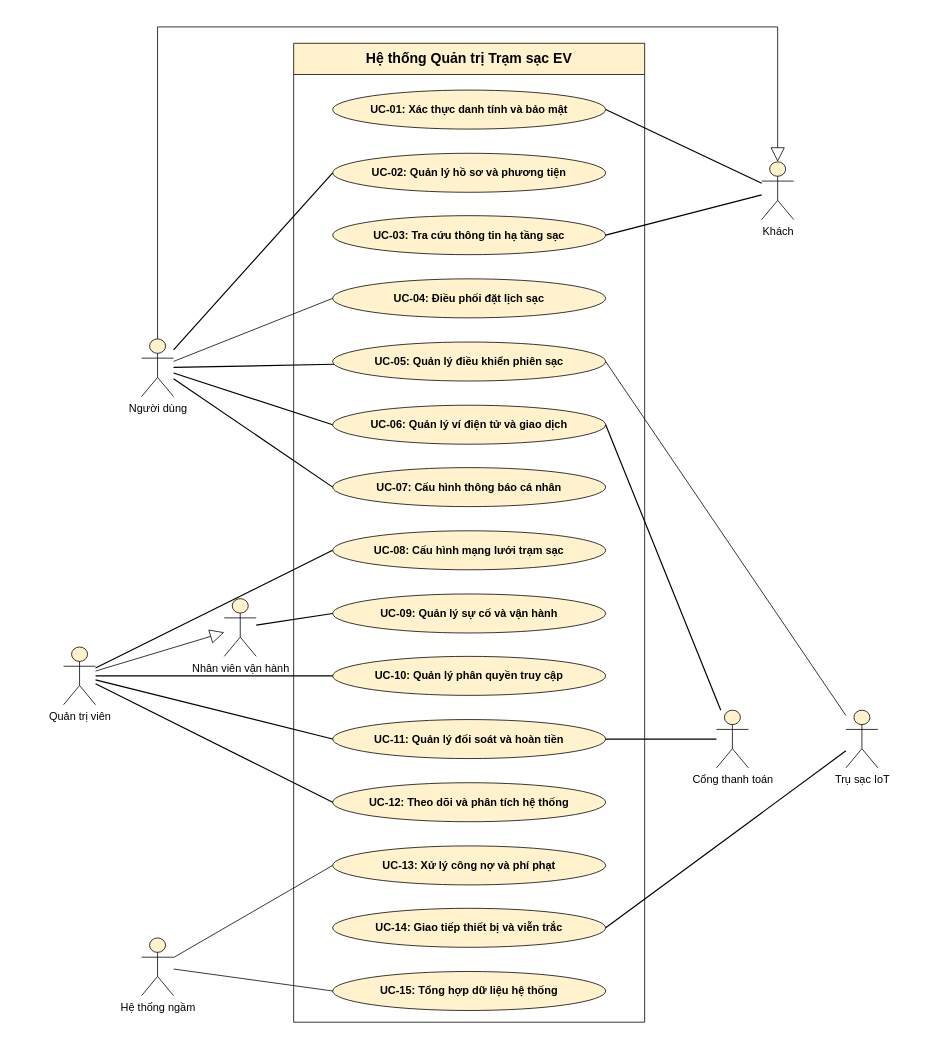
Before: docs/thesis/uml_diagrams/usecase/System_Overview_UseCase.drawio in Victor-201/ev-charging-orchestration-platform, a draw.io diagram. Source tidied: cells renumbered, new cells numbered last; positions are measured from the earlier drawing's top-left corner, leaving out a move shared by most shapes. Both pictures are drawn from the tidied source at 78%, with x=0, y=0 at pixel (63, 27).
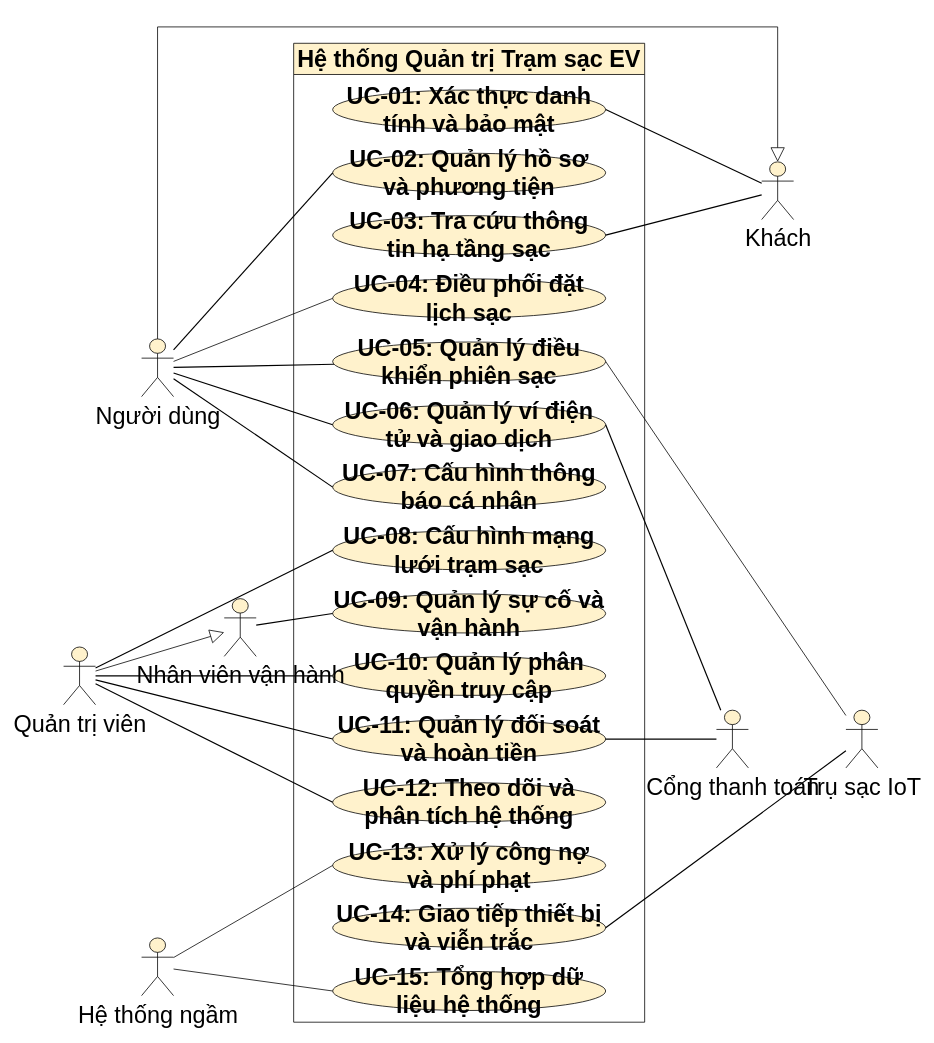
The same diagram, later.

What changed in the source:
```diff
@@
-    <mxCell id="2" value="Hệ thống Quản trị Trạm sạc EV" style="swimlane;whiteSpace=wrap;html=1;startSize=40;fontSize=18;fontStyle=1;fillColor=#fff2cc;strokeColor=light-dark(#000000, #6d5100);" parent="1" vertex="1">
+    <mxCell id="2" value="Hệ thống Quản trị Trạm sạc EV" style="swimlane;whiteSpace=wrap;html=1;startSize=40;fontSize=30;fontStyle=1;fillColor=#fff2cc;strokeColor=light-dark(#000000, #6d5100);" parent="1" vertex="1">
       <mxGeometry x="295" y="21" width="450" height="1255" as="geometry" />
     </mxCell>
-    <mxCell id="3" value="UC-01: Xác thực danh tính và bảo mật" style="ellipse;whiteSpace=wrap;html=1;fontSize=14;fillColor=#fff2cc;strokeColor=light-dark(#000000, #6d5100);fontStyle=1;flipV=1;legacyAnchorPoints=0;" parent="2" vertex="1">
+    <mxCell id="3" value="UC-01: Xác thực danh tính và bảo mật" style="ellipse;whiteSpace=wrap;html=1;fontSize=30;fillColor=#fff2cc;strokeColor=light-dark(#000000, #6d5100);fontStyle=1;flipV=1;legacyAnchorPoints=0;" parent="2" vertex="1">
       <mxGeometry x="50" y="60" width="350" height="50" as="geometry" />
     </mxCell>
-    <mxCell id="4" value="UC-02: Quản lý hồ sơ và phương tiện" style="ellipse;whiteSpace=wrap;html=1;fontSize=14;fillColor=#fff2cc;strokeColor=light-dark(#000000, #6d5100);fontStyle=1;flipV=1;legacyAnchorPoints=0;" parent="2" vertex="1">
+    <mxCell id="4" value="UC-02: Quản lý hồ sơ và phương tiện" style="ellipse;whiteSpace=wrap;html=1;fontSize=30;fillColor=#fff2cc;strokeColor=light-dark(#000000, #6d5100);fontStyle=1;flipV=1;legacyAnchorPoints=0;" parent="2" vertex="1">
       <mxGeometry x="50" y="141" width="350" height="50" as="geometry" />
     </mxCell>
-    <mxCell id="5" value="UC-03: Tra cứu thông tin hạ tầng sạc" style="ellipse;whiteSpace=wrap;html=1;fontSize=14;fillColor=#fff2cc;strokeColor=light-dark(#000000, #6d5100);fontStyle=1;flipV=1;legacyAnchorPoints=0;" parent="2" vertex="1">
+    <mxCell id="5" value="UC-03: Tra cứu thông tin hạ tầng sạc" style="ellipse;whiteSpace=wrap;html=1;fontSize=30;fillColor=#fff2cc;strokeColor=light-dark(#000000, #6d5100);fontStyle=1;flipV=1;legacyAnchorPoints=0;" parent="2" vertex="1">
       <mxGeometry x="50" y="221" width="350" height="50" as="geometry" />
     </mxCell>
-    <mxCell id="6" value="UC-04: Điều phối đặt lịch sạc" style="ellipse;whiteSpace=wrap;html=1;fontSize=14;fillColor=#fff2cc;strokeColor=light-dark(#000000, #6d5100);fontStyle=1;flipV=1;legacyAnchorPoints=0;" parent="2" vertex="1">
+    <mxCell id="6" value="UC-04: Điều phối đặt lịch sạc" style="ellipse;whiteSpace=wrap;html=1;fontSize=30;fillColor=#fff2cc;strokeColor=light-dark(#000000, #6d5100);fontStyle=1;flipV=1;legacyAnchorPoints=0;" parent="2" vertex="1">
       <mxGeometry x="50" y="302" width="350" height="50" as="geometry" />
     </mxCell>
-    <mxCell id="7" value="UC-05: Quản lý điều khiển phiên sạc" style="ellipse;whiteSpace=wrap;html=1;fontSize=14;fillColor=#fff2cc;strokeColor=light-dark(#000000, #6d5100);fontStyle=1;flipV=1;legacyAnchorPoints=0;" parent="2" vertex="1">
+    <mxCell id="7" value="UC-05: Quản lý điều khiển phiên sạc" style="ellipse;whiteSpace=wrap;html=1;fontSize=30;fillColor=#fff2cc;strokeColor=light-dark(#000000, #6d5100);fontStyle=1;flipV=1;legacyAnchorPoints=0;" parent="2" vertex="1">
       <mxGeometry x="50" y="383" width="350" height="50" as="geometry" />
     </mxCell>
-    <mxCell id="8" value="UC-06: Quản lý ví điện tử và giao dịch" style="ellipse;whiteSpace=wrap;html=1;fontSize=14;fillColor=#fff2cc;strokeColor=light-dark(#000000, #6d5100);fontStyle=1;flipV=1;legacyAnchorPoints=0;" parent="2" vertex="1">
+    <mxCell id="8" value="UC-06: Quản lý ví điện tử và giao dịch" style="ellipse;whiteSpace=wrap;html=1;fontSize=30;fillColor=#fff2cc;strokeColor=light-dark(#000000, #6d5100);fontStyle=1;flipV=1;legacyAnchorPoints=0;" parent="2" vertex="1">
       <mxGeometry x="50" y="464" width="350" height="50" as="geometry" />
     </mxCell>
-    <mxCell id="9" value="UC-07: Cấu hình thông báo cá nhân" style="ellipse;whiteSpace=wrap;html=1;fontSize=14;fillColor=#fff2cc;strokeColor=light-dark(#000000, #6d5100);fontStyle=1;flipV=1;legacyAnchorPoints=0;" parent="2" vertex="1">
+    <mxCell id="9" value="UC-07: Cấu hình thông báo cá nhân" style="ellipse;whiteSpace=wrap;html=1;fontSize=30;fillColor=#fff2cc;strokeColor=light-dark(#000000, #6d5100);fontStyle=1;flipV=1;legacyAnchorPoints=0;" parent="2" vertex="1">
       <mxGeometry x="50" y="544" width="350" height="50" as="geometry" />
     </mxCell>
-    <mxCell id="10" value="UC-08: Cấu hình mạng lưới trạm sạc" style="ellipse;whiteSpace=wrap;html=1;fontSize=14;fillColor=#fff2cc;strokeColor=light-dark(#000000, #6d5100);fontStyle=1;flipV=1;legacyAnchorPoints=0;" parent="2" vertex="1">
+    <mxCell id="10" value="UC-08: Cấu hình mạng lưới trạm sạc" style="ellipse;whiteSpace=wrap;html=1;fontSize=30;fillColor=#fff2cc;strokeColor=light-dark(#000000, #6d5100);fontStyle=1;flipV=1;legacyAnchorPoints=0;" parent="2" vertex="1">
       <mxGeometry x="50" y="625" width="350" height="50" as="geometry" />
     </mxCell>
-    <mxCell id="11" value="UC-09: Quản lý sự cố và vận hành" style="ellipse;whiteSpace=wrap;html=1;fontSize=14;fillColor=#fff2cc;strokeColor=light-dark(#000000, #6d5100);fontStyle=1;flipV=1;legacyAnchorPoints=0;" parent="2" vertex="1">
+    <mxCell id="11" value="UC-09: Quản lý sự cố và vận hành" style="ellipse;whiteSpace=wrap;html=1;fontSize=30;fillColor=#fff2cc;strokeColor=light-dark(#000000, #6d5100);fontStyle=1;flipV=1;legacyAnchorPoints=0;" parent="2" vertex="1">
       <mxGeometry x="50" y="706" width="350" height="50" as="geometry" />
     </mxCell>
-    <mxCell id="12" value="UC-10: Quản lý phân quyền truy cập" style="ellipse;whiteSpace=wrap;html=1;fontSize=14;fillColor=#fff2cc;strokeColor=light-dark(#000000, #6d5100);fontStyle=1;flipV=1;legacyAnchorPoints=0;" parent="2" vertex="1">
+    <mxCell id="12" value="UC-10: Quản lý phân quyền truy cập" style="ellipse;whiteSpace=wrap;html=1;fontSize=30;fillColor=#fff2cc;strokeColor=light-dark(#000000, #6d5100);fontStyle=1;flipV=1;legacyAnchorPoints=0;" parent="2" vertex="1">
       <mxGeometry x="50" y="786" width="350" height="50" as="geometry" />
     </mxCell>
-    <mxCell id="13" value="UC-11: Quản lý đối soát và hoàn tiền" style="ellipse;whiteSpace=wrap;html=1;fontSize=14;fillColor=#fff2cc;strokeColor=light-dark(#000000, #6d5100);fontStyle=1;flipV=1;legacyAnchorPoints=0;" parent="2" vertex="1">
+    <mxCell id="13" value="UC-11: Quản lý đối soát và hoàn tiền" style="ellipse;whiteSpace=wrap;html=1;fontSize=30;fillColor=#fff2cc;strokeColor=light-dark(#000000, #6d5100);fontStyle=1;flipV=1;legacyAnchorPoints=0;" parent="2" vertex="1">
       <mxGeometry x="50" y="867" width="350" height="50" as="geometry" />
     </mxCell>
-    <mxCell id="14" value="UC-12: Theo dõi và phân tích hệ thống" style="ellipse;whiteSpace=wrap;html=1;fontSize=14;fillColor=#fff2cc;strokeColor=light-dark(#000000, #6d5100);fontStyle=1;flipV=1;legacyAnchorPoints=0;" parent="2" vertex="1">
+    <mxCell id="14" value="UC-12: Theo dõi và phân tích hệ thống" style="ellipse;whiteSpace=wrap;html=1;fontSize=30;fillColor=#fff2cc;strokeColor=light-dark(#000000, #6d5100);fontStyle=1;flipV=1;legacyAnchorPoints=0;" parent="2" vertex="1">
       <mxGeometry x="50" y="948" width="350" height="50" as="geometry" />
     </mxCell>
-    <mxCell id="15" value="UC-13: Xử lý công nợ và phí phạt" style="ellipse;whiteSpace=wrap;html=1;fontSize=14;fillColor=#fff2cc;strokeColor=light-dark(#000000, #6d5100);fontStyle=1;flipV=1;legacyAnchorPoints=0;" parent="2" vertex="1">
+    <mxCell id="15" value="UC-13: Xử lý công nợ và phí phạt" style="ellipse;whiteSpace=wrap;html=1;fontSize=30;fillColor=#fff2cc;strokeColor=light-dark(#000000, #6d5100);fontStyle=1;flipV=1;legacyAnchorPoints=0;" parent="2" vertex="1">
       <mxGeometry x="50" y="1029" width="350" height="50" as="geometry" />
     </mxCell>
-    <mxCell id="16" value="UC-14: Giao tiếp thiết bị và viễn trắc" style="ellipse;whiteSpace=wrap;html=1;fontSize=14;fillColor=#fff2cc;strokeColor=light-dark(#000000, #6d5100);fontStyle=1;flipV=1;legacyAnchorPoints=0;" parent="2" vertex="1">
+    <mxCell id="16" value="UC-14: Giao tiếp thiết bị và viễn trắc" style="ellipse;whiteSpace=wrap;html=1;fontSize=30;fillColor=#fff2cc;strokeColor=light-dark(#000000, #6d5100);fontStyle=1;flipV=1;legacyAnchorPoints=0;" parent="2" vertex="1">
       <mxGeometry x="50" y="1109" width="350" height="50" as="geometry" />
     </mxCell>
-    <mxCell id="17" value="UC-15: Tổng hợp dữ liệu hệ thống" style="ellipse;whiteSpace=wrap;html=1;fontSize=14;fillColor=#fff2cc;strokeColor=light-dark(#000000, #6d5100);fontStyle=1;flipV=1;legacyAnchorPoints=0;" parent="2" vertex="1">
+    <mxCell id="17" value="UC-15: Tổng hợp dữ liệu hệ thống" style="ellipse;whiteSpace=wrap;html=1;fontSize=30;fillColor=#fff2cc;strokeColor=light-dark(#000000, #6d5100);fontStyle=1;flipV=1;legacyAnchorPoints=0;" parent="2" vertex="1">
       <mxGeometry x="50" y="1190" width="350" height="50" as="geometry" />
     </mxCell>
-    <mxCell id="18" value="Khách" style="shape=umlActor;verticalLabelPosition=bottom;verticalAlign=top;html=1;outlineConnect=0;fontSize=14;fillColor=#fff2cc;strokeColor=light-dark(#000000, #6d5100);" parent="1" vertex="1">
+    <mxCell id="18" value="Khách" style="shape=umlActor;verticalLabelPosition=bottom;verticalAlign=top;html=1;outlineConnect=0;fontSize=30;fillColor=#fff2cc;strokeColor=light-dark(#000000, #6d5100);" parent="1" vertex="1">
       <mxGeometry x="895" y="173" width="41" height="74" as="geometry" />
     </mxCell>
-    <mxCell id="19" value="Người dùng" style="shape=umlActor;verticalLabelPosition=bottom;verticalAlign=top;html=1;outlineConnect=0;fontSize=14;fillColor=#fff2cc;strokeColor=light-dark(#000000, #6d5100);" parent="1" vertex="1">
+    <mxCell id="19" value="Người dùng" style="shape=umlActor;verticalLabelPosition=bottom;verticalAlign=top;html=1;outlineConnect=0;fontSize=30;fillColor=#fff2cc;strokeColor=light-dark(#000000, #6d5100);" parent="1" vertex="1">
       <mxGeometry x="100" y="400" width="41" height="74" as="geometry" />
     </mxCell>
-    <mxCell id="20" value="Nhân viên vận hành" style="shape=umlActor;verticalLabelPosition=bottom;verticalAlign=top;html=1;outlineConnect=0;fontSize=14;fillColor=#fff2cc;strokeColor=light-dark(#000000, #6d5100);" parent="1" vertex="1">
+    <mxCell id="20" value="Nhân viên vận hành" style="shape=umlActor;verticalLabelPosition=bottom;verticalAlign=top;html=1;outlineConnect=0;fontSize=30;fillColor=#fff2cc;strokeColor=light-dark(#000000, #6d5100);" parent="1" vertex="1">
       <mxGeometry x="206" y="733" width="41" height="74" as="geometry" />
     </mxCell>
-    <mxCell id="21" value="Quản trị viên" style="shape=umlActor;verticalLabelPosition=bottom;verticalAlign=top;html=1;outlineConnect=0;fontSize=14;fillColor=#fff2cc;strokeColor=light-dark(#000000, #6d5100);" parent="1" vertex="1">
+    <mxCell id="21" value="Quản trị viên" style="shape=umlActor;verticalLabelPosition=bottom;verticalAlign=top;html=1;outlineConnect=0;fontSize=30;fillColor=#fff2cc;strokeColor=light-dark(#000000, #6d5100);" parent="1" vertex="1">
       <mxGeometry y="795" width="41" height="74" as="geometry" />
     </mxCell>
-    <mxCell id="22" value="Trụ sạc IoT" style="shape=umlActor;verticalLabelPosition=bottom;verticalAlign=top;html=1;outlineConnect=0;fontSize=14;fillColor=#fff2cc;strokeColor=light-dark(#000000, #6d5100);" parent="1" vertex="1">
+    <mxCell id="22" value="Trụ sạc IoT" style="shape=umlActor;verticalLabelPosition=bottom;verticalAlign=top;html=1;outlineConnect=0;fontSize=30;fillColor=#fff2cc;strokeColor=light-dark(#000000, #6d5100);" parent="1" vertex="1">
       <mxGeometry x="1003" y="876" width="41" height="74" as="geometry" />
     </mxCell>
-    <mxCell id="23" value="Hệ thống ngầm" style="shape=umlActor;verticalLabelPosition=bottom;verticalAlign=top;html=1;outlineConnect=0;fontSize=14;fillColor=#fff2cc;strokeColor=light-dark(#000000, #6d5100);" parent="1" vertex="1">
+    <mxCell id="23" value="Hệ thống ngầm" style="shape=umlActor;verticalLabelPosition=bottom;verticalAlign=top;html=1;outlineConnect=0;fontSize=30;fillColor=#fff2cc;strokeColor=light-dark(#000000, #6d5100);" parent="1" vertex="1">
       <mxGeometry x="100" y="1168" width="41" height="74" as="geometry" />
     </mxCell>
-    <mxCell id="24" value="Cổng thanh toán" style="shape=umlActor;verticalLabelPosition=bottom;verticalAlign=top;html=1;outlineConnect=0;fontSize=14;fillColor=#fff2cc;strokeColor=light-dark(#000000, #6d5100);" parent="1" vertex="1">
+    <mxCell id="24" value="Cổng thanh toán" style="shape=umlActor;verticalLabelPosition=bottom;verticalAlign=top;html=1;outlineConnect=0;fontSize=30;fillColor=#fff2cc;strokeColor=light-dark(#000000, #6d5100);" parent="1" vertex="1">
       <mxGeometry x="837" y="876" width="41" height="74" as="geometry" />
     </mxCell>
-    <mxCell id="25" style="endArrow=block;endSize=16;endFill=0;html=1;rounded=0;strokeWidth=1;exitX=0.5;exitY=0;exitDx=0;exitDy=0;exitPerimeter=0;strokeColor=light-dark(#000000, #6a6a6a);edgeStyle=orthogonalEdgeStyle;entryX=0.5;entryY=0;entryDx=0;entryDy=0;entryPerimeter=0;" parent="1" edge="1" source="19" target="18">
+    <mxCell id="25" style="endArrow=block;endSize=16;endFill=0;html=1;rounded=0;strokeWidth=1;exitX=0.5;exitY=0;exitDx=0;exitDy=0;exitPerimeter=0;strokeColor=light-dark(#000000, #6a6a6a);edgeStyle=orthogonalEdgeStyle;entryX=0.5;entryY=0;entryDx=0;entryDy=0;entryPerimeter=0;fontSize=14;" parent="1" edge="1" source="19" target="18">
       <mxGeometry relative="1" as="geometry">
         <Array as="points">
           <mxPoint x="121" />
           <mxPoint x="916" />
         </Array>
       </mxGeometry>
     </mxCell>
-    <mxCell id="26" style="endArrow=block;endSize=16;endFill=0;html=1;rounded=0;strokeWidth=1;strokeColor=light-dark(#000000, #6a6a6a);" parent="1" edge="1" source="21" target="20">
+    <mxCell id="26" style="endArrow=block;endSize=16;endFill=0;html=1;rounded=0;strokeWidth=1;strokeColor=light-dark(#000000, #6a6a6a);fontSize=14;" parent="1" edge="1" source="21" target="20">
       <mxGeometry relative="1" as="geometry" />
     </mxCell>
-    <mxCell id="27" style="endArrow=none;html=1;rounded=0;strokeWidth=1.5;strokeColor=light-dark(#000000, #6a6a6a);entryX=1;entryY=0.5;entryDx=0;entryDy=0;" parent="1" edge="1" source="18" target="3">
+    <mxCell id="27" style="endArrow=none;html=1;rounded=0;strokeWidth=1.5;strokeColor=light-dark(#000000, #6a6a6a);entryX=1;entryY=0.5;entryDx=0;entryDy=0;fontSize=14;" parent="1" edge="1" source="18" target="3">
       <mxGeometry relative="1" as="geometry" />
     </mxCell>
-    <mxCell id="28" style="endArrow=none;html=1;rounded=0;strokeWidth=1.5;strokeColor=light-dark(#000000, #6a6a6a);entryX=1;entryY=0.5;entryDx=0;entryDy=0;" parent="1" edge="1" source="18" target="5">
+    <mxCell id="28" style="endArrow=none;html=1;rounded=0;strokeWidth=1.5;strokeColor=light-dark(#000000, #6a6a6a);entryX=1;entryY=0.5;entryDx=0;entryDy=0;fontSize=14;" parent="1" edge="1" source="18" target="5">
       <mxGeometry relative="1" as="geometry" />
     </mxCell>
-    <mxCell id="29" style="endArrow=none;html=1;rounded=0;strokeWidth=1.5;strokeColor=light-dark(#000000, #6a6a6a);entryX=0;entryY=0.5;entryDx=0;entryDy=0;" parent="1" edge="1" source="19" target="4">
+    <mxCell id="29" style="endArrow=none;html=1;rounded=0;strokeWidth=1.5;strokeColor=light-dark(#000000, #6a6a6a);entryX=0;entryY=0.5;entryDx=0;entryDy=0;fontSize=14;" parent="1" edge="1" source="19" target="4">
       <mxGeometry relative="1" as="geometry" />
     </mxCell>
-    <mxCell id="30" style="endArrow=none;html=1;rounded=0;strokeWidth=1.5;strokeColor=light-dark(#000000, #6a6a6a);" parent="1" edge="1" source="19" target="7">
+    <mxCell id="30" style="endArrow=none;html=1;rounded=0;strokeWidth=1.5;strokeColor=light-dark(#000000, #6a6a6a);fontSize=14;" parent="1" edge="1" source="19" target="7">
       <mxGeometry relative="1" as="geometry" />
     </mxCell>
-    <mxCell id="31" style="endArrow=none;html=1;rounded=0;strokeWidth=1.5;strokeColor=light-dark(#000000, #6a6a6a);entryX=0;entryY=0.5;entryDx=0;entryDy=0;" parent="1" edge="1" source="19" target="8">
+    <mxCell id="31" style="endArrow=none;html=1;rounded=0;strokeWidth=1.5;strokeColor=light-dark(#000000, #6a6a6a);entryX=0;entryY=0.5;entryDx=0;entryDy=0;fontSize=14;" parent="1" edge="1" source="19" target="8">
       <mxGeometry relative="1" as="geometry" />
     </mxCell>
-    <mxCell id="32" style="endArrow=none;html=1;rounded=0;strokeWidth=1.5;strokeColor=light-dark(#000000, #6a6a6a);entryX=0;entryY=0.5;entryDx=0;entryDy=0;" parent="1" edge="1" source="19" target="9">
+    <mxCell id="32" style="endArrow=none;html=1;rounded=0;strokeWidth=1.5;strokeColor=light-dark(#000000, #6a6a6a);entryX=0;entryY=0.5;entryDx=0;entryDy=0;fontSize=14;" parent="1" edge="1" source="19" target="9">
       <mxGeometry relative="1" as="geometry" />
     </mxCell>
-    <mxCell id="33" style="endArrow=none;html=1;rounded=0;strokeWidth=1.5;strokeColor=light-dark(#000000, #6d5100);entryX=0;entryY=0.5;entryDx=0;entryDy=0;" parent="1" edge="1" source="20" target="11">
+    <mxCell id="33" style="endArrow=none;html=1;rounded=0;strokeWidth=1.5;strokeColor=light-dark(#000000, #6d5100);entryX=0;entryY=0.5;entryDx=0;entryDy=0;fontSize=14;" parent="1" edge="1" source="20" target="11">
       <mxGeometry relative="1" as="geometry" />
     </mxCell>
-    <mxCell id="34" style="endArrow=none;html=1;rounded=0;strokeWidth=1.5;strokeColor=light-dark(#000000, #6a6a6a);entryX=0;entryY=0.5;entryDx=0;entryDy=0;" parent="1" edge="1" source="21" target="12">
+    <mxCell id="34" style="endArrow=none;html=1;rounded=0;strokeWidth=1.5;strokeColor=light-dark(#000000, #6a6a6a);entryX=0;entryY=0.5;entryDx=0;entryDy=0;fontSize=14;" parent="1" edge="1" source="21" target="12">
       <mxGeometry relative="1" as="geometry" />
     </mxCell>
-    <mxCell id="35" style="endArrow=none;html=1;rounded=0;strokeWidth=1.5;strokeColor=light-dark(#000000, #6a6a6a);entryX=0;entryY=0.5;entryDx=0;entryDy=0;" parent="1" edge="1" source="21" target="13">
+    <mxCell id="35" style="endArrow=none;html=1;rounded=0;strokeWidth=1.5;strokeColor=light-dark(#000000, #6a6a6a);entryX=0;entryY=0.5;entryDx=0;entryDy=0;fontSize=14;" parent="1" edge="1" source="21" target="13">
       <mxGeometry relative="1" as="geometry" />
     </mxCell>
-    <mxCell id="36" style="endArrow=none;html=1;rounded=0;strokeWidth=1.5;strokeColor=light-dark(#000000, #6a6a6a);entryX=0;entryY=0.5;entryDx=0;entryDy=0;" parent="1" edge="1" source="21" target="14">
+    <mxCell id="36" style="endArrow=none;html=1;rounded=0;strokeWidth=1.5;strokeColor=light-dark(#000000, #6a6a6a);entryX=0;entryY=0.5;entryDx=0;entryDy=0;fontSize=14;" parent="1" edge="1" source="21" target="14">
       <mxGeometry relative="1" as="geometry" />
     </mxCell>
-    <mxCell id="37" style="endArrow=none;html=1;rounded=0;strokeWidth=1.5;strokeColor=light-dark(#000000, #6a6a6a);entryX=0;entryY=0.5;entryDx=0;entryDy=0;" parent="1" edge="1" source="21" target="10">
+    <mxCell id="37" style="endArrow=none;html=1;rounded=0;strokeWidth=1.5;strokeColor=light-dark(#000000, #6a6a6a);entryX=0;entryY=0.5;entryDx=0;entryDy=0;fontSize=14;" parent="1" edge="1" source="21" target="10">
       <mxGeometry relative="1" as="geometry" />
     </mxCell>
-    <mxCell id="38" style="endArrow=none;html=1;rounded=0;strokeWidth=1.5;strokeColor=light-dark(#000000, #6a6a6a);entryX=1;entryY=0.5;entryDx=0;entryDy=0;" parent="1" edge="1" source="22" target="16">
+    <mxCell id="38" style="endArrow=none;html=1;rounded=0;strokeWidth=1.5;strokeColor=light-dark(#000000, #6a6a6a);entryX=1;entryY=0.5;entryDx=0;entryDy=0;fontSize=14;" parent="1" edge="1" source="22" target="16">
       <mxGeometry relative="1" as="geometry" />
     </mxCell>
-    <mxCell id="39" style="endArrow=none;html=1;rounded=0;strokeWidth=1.5;strokeColor=light-dark(#000000, #6a6a6a);entryX=1;entryY=0.5;entryDx=0;entryDy=0;" parent="1" edge="1" source="24" target="13">
+    <mxCell id="39" style="endArrow=none;html=1;rounded=0;strokeWidth=1.5;strokeColor=light-dark(#000000, #6a6a6a);entryX=1;entryY=0.5;entryDx=0;entryDy=0;fontSize=14;" parent="1" edge="1" source="24" target="13">
       <mxGeometry relative="1" as="geometry" />
     </mxCell>
-    <mxCell id="40" style="endArrow=none;html=1;rounded=0;strokeWidth=1.5;strokeColor=light-dark(#000000, #6a6a6a);entryX=1;entryY=0.5;entryDx=0;entryDy=0;" parent="1" edge="1" source="24" target="8">
+    <mxCell id="40" style="endArrow=none;html=1;rounded=0;strokeWidth=1.5;strokeColor=light-dark(#000000, #6a6a6a);entryX=1;entryY=0.5;entryDx=0;entryDy=0;fontSize=14;" parent="1" edge="1" source="24" target="8">
       <mxGeometry relative="1" as="geometry" />
     </mxCell>
-    <mxCell id="41" style="rounded=0;jettySize=auto;html=1;endArrow=none;endFill=0;exitX=0;exitY=0.5;exitDx=0;exitDy=0;" parent="1" edge="1" source="15" target="23">
+    <mxCell id="41" style="rounded=0;jettySize=auto;html=1;endArrow=none;endFill=0;exitX=0;exitY=0.5;exitDx=0;exitDy=0;fontSize=14;" parent="1" edge="1" source="15" target="23">
       <mxGeometry relative="1" as="geometry" />
     </mxCell>
-    <mxCell id="42" style="rounded=0;jettySize=auto;html=1;exitX=0;exitY=0.5;exitDx=0;exitDy=0;endArrow=none;endFill=0;" parent="1" edge="1" source="17" target="23">
+    <mxCell id="42" style="rounded=0;jettySize=auto;html=1;exitX=0;exitY=0.5;exitDx=0;exitDy=0;endArrow=none;endFill=0;fontSize=14;" parent="1" edge="1" source="17" target="23">
       <mxGeometry relative="1" as="geometry" />
     </mxCell>
-    <mxCell id="43" style="rounded=0;jettySize=auto;html=1;exitX=1;exitY=0.5;exitDx=0;exitDy=0;endArrow=none;endFill=0;" parent="1" edge="1" source="7" target="22">
+    <mxCell id="43" style="rounded=0;jettySize=auto;html=1;exitX=1;exitY=0.5;exitDx=0;exitDy=0;endArrow=none;endFill=0;fontSize=14;" parent="1" edge="1" source="7" target="22">
       <mxGeometry relative="1" as="geometry" />
     </mxCell>
-    <mxCell id="44" style="rounded=0;jettySize=auto;html=1;exitX=0;exitY=0.5;exitDx=0;exitDy=0;endArrow=none;endFill=0;" parent="1" edge="1" source="6" target="19">
+    <mxCell id="44" style="rounded=0;jettySize=auto;html=1;exitX=0;exitY=0.5;exitDx=0;exitDy=0;endArrow=none;endFill=0;fontSize=14;" parent="1" edge="1" source="6" target="19">
       <mxGeometry relative="1" as="geometry" />
     </mxCell>
```
